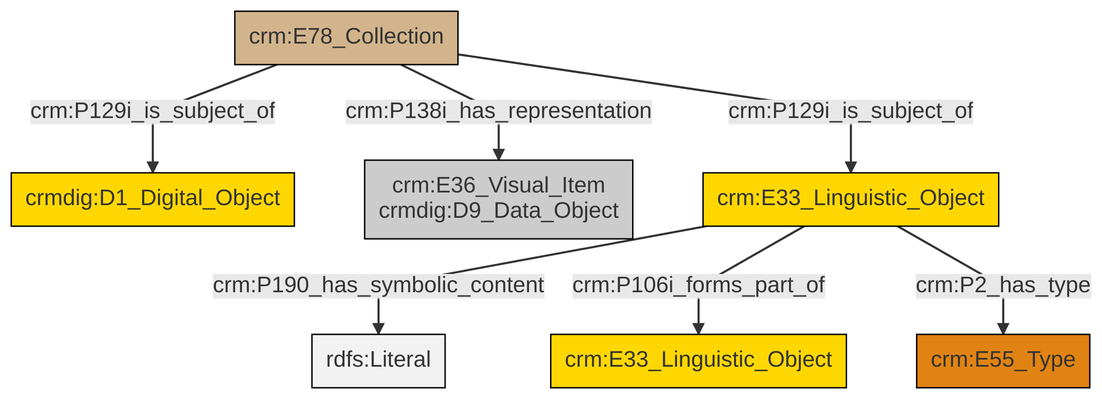
The Mermaid diagram et/archivalCSV/ttl/mmd/png/archival_docs.png in swiss-art-research-net/docs.swissartresearch, before a commit. Its source is kept beside it as et/archivalCSV/ttl/mmd/archival_docs.ttl.mmd.
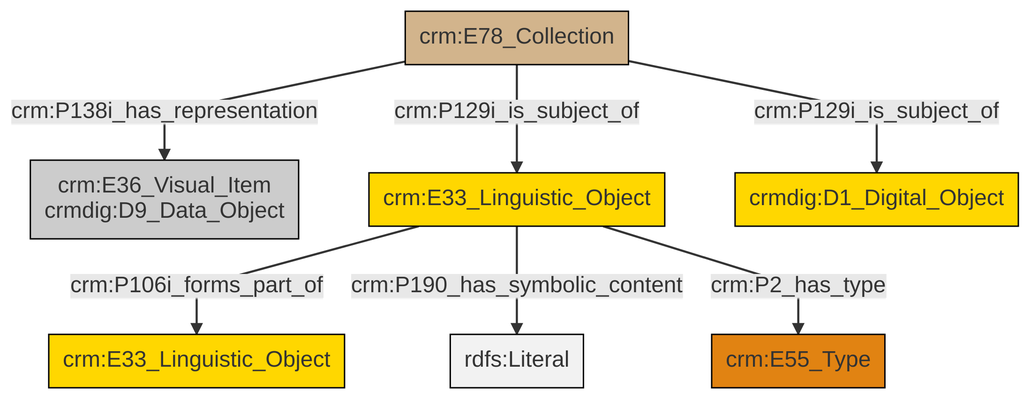
Above is the later version.

What changed in the source:
```diff
@@ -13,9 +13,9 @@
 classDef PC_Classes fill:#4ce600, stroke:#000000;
 classDef Multi fill:#cccccc,stroke:#000000;
 
-0["crm:E78_Collection"]:::Physical_Thing -->|crm:P129i_is_subject_of| 1["crmdig:D1_Digital_Object"]:::Conceptual_Object
-0["crm:E78_Collection"]:::Physical_Thing -->|crm:P138i_has_representation| 2["crm:E36_Visual_Item<br>crmdig:D9_Data_Object"]:::Multi
-6["crm:E33_Linguistic_Object"]:::Conceptual_Object -->|crm:P190_has_symbolic_content| 7[rdfs:Literal]:::Literal
-0["crm:E78_Collection"]:::Physical_Thing -->|crm:P129i_is_subject_of| 6["crm:E33_Linguistic_Object"]:::Conceptual_Object
-6["crm:E33_Linguistic_Object"]:::Conceptual_Object -->|crm:P106i_forms_part_of| 4["crm:E33_Linguistic_Object"]:::Conceptual_Object
-6["crm:E33_Linguistic_Object"]:::Conceptual_Object -->|crm:P2_has_type| 8["crm:E55_Type"]:::Type
+2["crm:E33_Linguistic_Object"]:::Conceptual_Object -->|crm:P106i_forms_part_of| 3["crm:E33_Linguistic_Object"]:::Conceptual_Object
+7["crm:E78_Collection"]:::Physical_Thing -->|crm:P129i_is_subject_of| 2["crm:E33_Linguistic_Object"]:::Conceptual_Object
+7["crm:E78_Collection"]:::Physical_Thing -->|crm:P138i_has_representation| 0["crm:E36_Visual_Item<br>crmdig:D9_Data_Object"]:::Multi
+2["crm:E33_Linguistic_Object"]:::Conceptual_Object -->|crm:P190_has_symbolic_content| 10[rdfs:Literal]:::Literal
+2["crm:E33_Linguistic_Object"]:::Conceptual_Object -->|crm:P2_has_type| 5["crm:E55_Type"]:::Type
+7["crm:E78_Collection"]:::Physical_Thing -->|crm:P129i_is_subject_of| 11["crmdig:D1_Digital_Object"]:::Conceptual_Object
```
